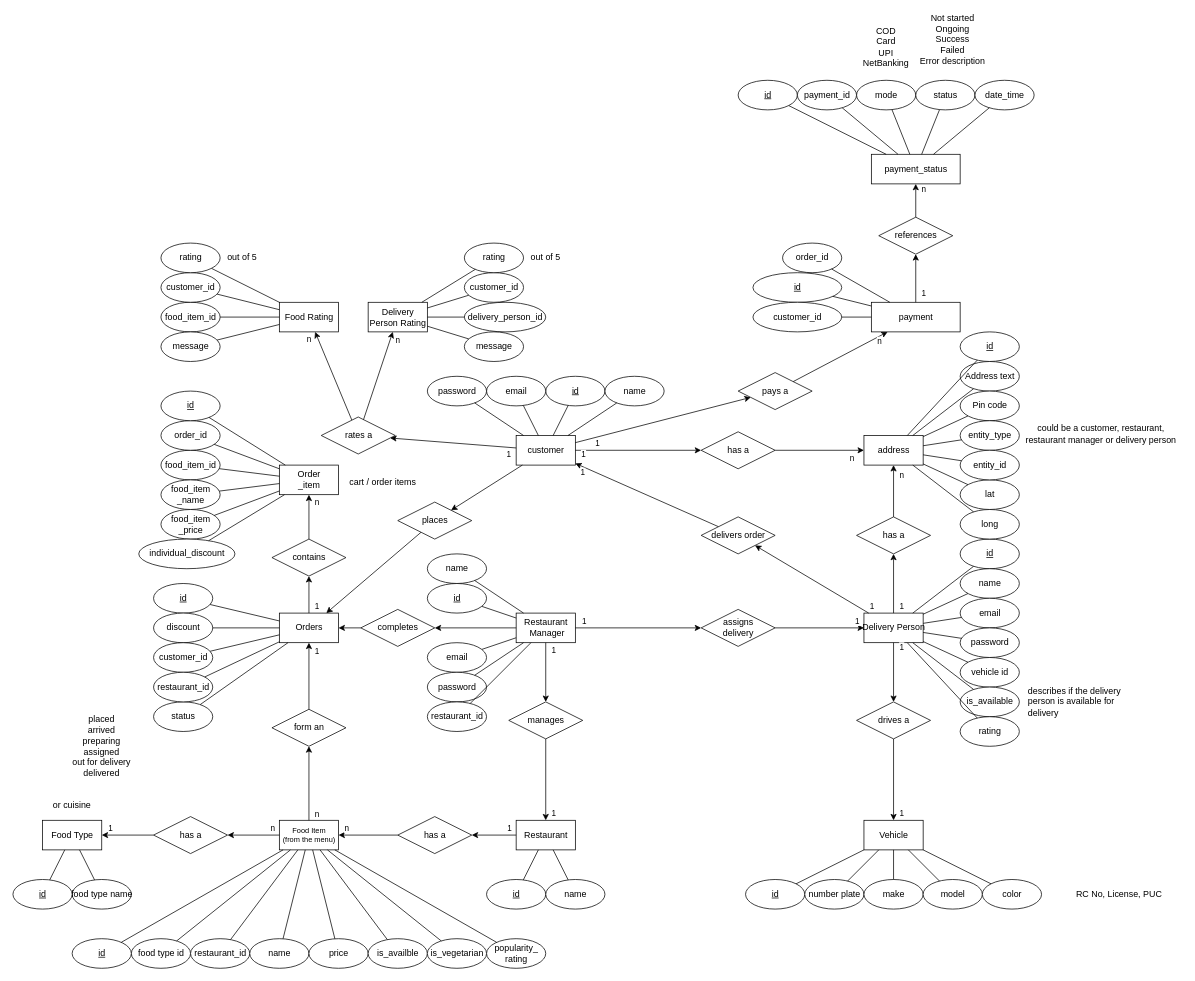
Earlier version of the draw.io diagram diagrams/ER/ER diagram.drawio (callofthewild/hunger-buzz). Source tidied: cells renumbered, new cells numbered last; positions are measured from the earlier drawing's top-left corner, leaving out a move shared by most shapes. Both pictures are drawn from the tidied source at 74%, with x=0, y=0 at pixel (13, 13).
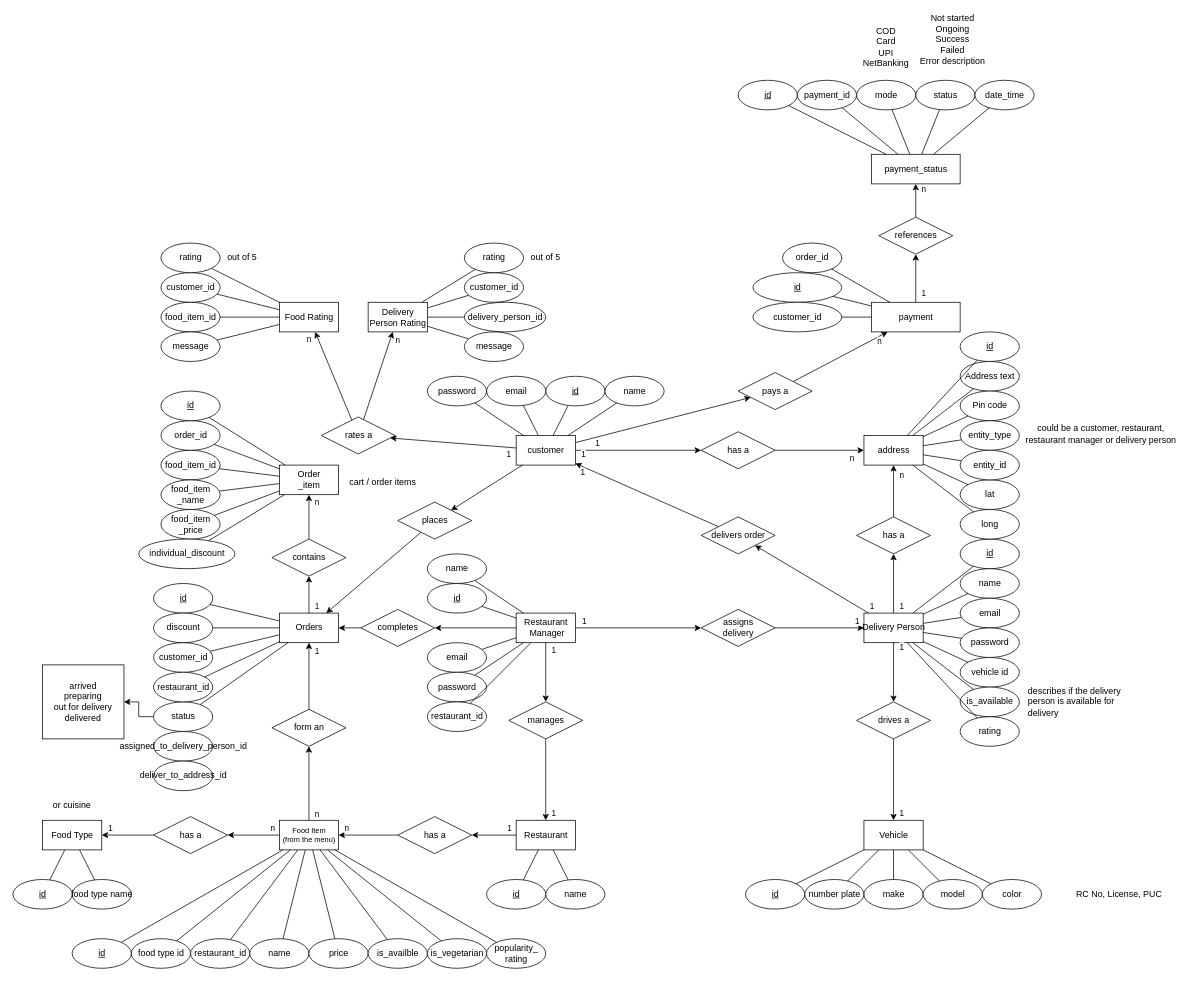
The same diagram, later.

Commit message:
Update ER: Add assigned to delivery person id, deliver to address id

Unchanged cells that the change refers to:
```xml
<mxCell id="151" value="status" style="ellipse;html=1;" parent="1" vertex="1">
  <mxGeometry x="190" y="930" width="80" height="40" as="geometry" />
</mxCell>
```

Diff of the diagram source:
```diff
@@
+    <mxCell id="233" style="edgeStyle=orthogonalEdgeStyle;rounded=0;jettySize=auto;html=1;" parent="1" edge="1" source="151" target="232">
+      <mxGeometry relative="1" as="geometry" />
+    </mxCell>
@@
-    <mxCell id="232" value="&lt;div&gt;placed&lt;br&gt;&lt;/div&gt;&lt;div&gt;arrived&lt;/div&gt;&lt;div&gt;preparing&lt;/div&gt;&lt;div&gt;assigned&lt;/div&gt;&lt;div&gt;out for delivery&lt;/div&gt;&lt;div&gt;delivered&lt;br&gt;&lt;/div&gt;" style="text;html=1;strokeColor=none;fillColor=none;align=center;verticalAlign=middle;whiteSpace=wrap;rounded=0;" parent="1" vertex="1">
-      <mxGeometry x="65" y="940" width="110" height="100" as="geometry" />
+    <mxCell id="232" value="&lt;div&gt;arrived&lt;/div&gt;&lt;div&gt;preparing&lt;/div&gt;&lt;div&gt;out for delivery&lt;/div&gt;&lt;div&gt;delivered&lt;br&gt;&lt;/div&gt;" style="text;html=1;strokeColor=default;fillColor=none;align=center;verticalAlign=middle;whiteSpace=wrap;rounded=0;" parent="1" vertex="1">
+      <mxGeometry x="40" y="880" width="110" height="100" as="geometry" />
     </mxCell>
+    <mxCell id="234" value="assigned_to_delivery_person_id" style="ellipse;html=1;" parent="1" vertex="1">
+      <mxGeometry x="190" y="970" width="80" height="40" as="geometry" />
+    </mxCell>
+    <mxCell id="235" value="deliver_to_address_id" style="ellipse;html=1;" parent="1" vertex="1">
+      <mxGeometry x="190" y="1010" width="80" height="40" as="geometry" />
+    </mxCell>
```
